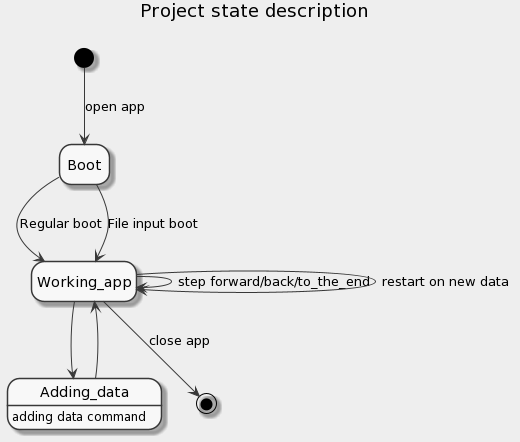
sergeyyurev/Summer_Practise_2021_group15 keeps this PlantUML diagram as Отчеты/Project_State_Description.png. Above is the earlier version.
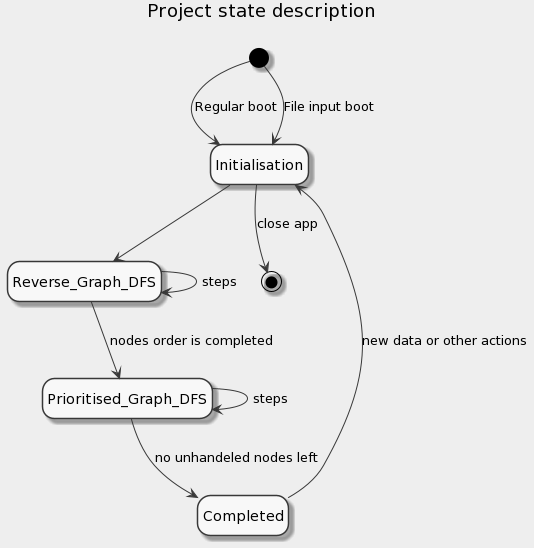
Above is the later version.

The edit, as a diff of the source:
```diff
@@ -4,14 +4,14 @@
 hide empty description
 title Project state description\n
 
-[*] --> Boot : open app
-Boot --> Working_app : Regular boot
-Boot --> Working_app : File input boot
-Working_app --> Working_app : step forward/back/to_the_end
-Working_app --> Working_app : restart on new data
-Working_app --> Adding_data
-Adding_data --> Working_app
-Adding_data : adding data command
 
-Working_app --> [*] : close app
+[*] --> Initialisation : Regular boot
+[*] --> Initialisation : File input boot
+Initialisation --> Reverse_Graph_DFS
+Reverse_Graph_DFS --> Reverse_Graph_DFS : steps
+Reverse_Graph_DFS --> Prioritised_Graph_DFS : nodes order is completed
+Prioritised_Graph_DFS --> Prioritised_Graph_DFS : steps
+Prioritised_Graph_DFS --> Completed : no unhandeled nodes left
+Completed --> Initialisation : new data or other actions
+Initialisation --> [*] : close app
 @enduml
```
